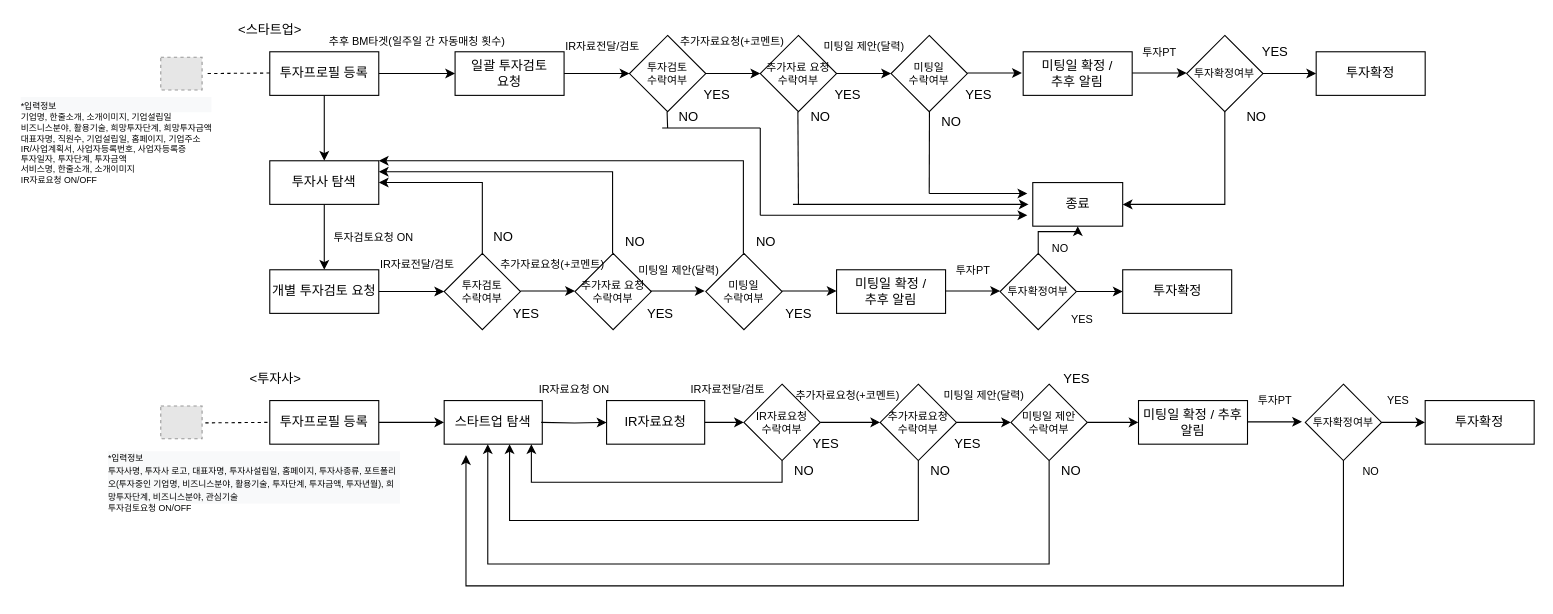
Lucidhomme/TIL keeps this draw.io diagram as 비즈니스나우(투자)_RESET버젼.drawio. Above is the earlier version. Source tidied: cells renumbered, new cells numbered last; positions are measured from the earlier drawing's top-left corner, leaving out a move shared by most shapes. Both pictures are drawn from the tidied source at 109%, with x=0, y=0 at pixel (19, 19). Pictures stored in the file or linked from it are replaced by grey dashed boxes.
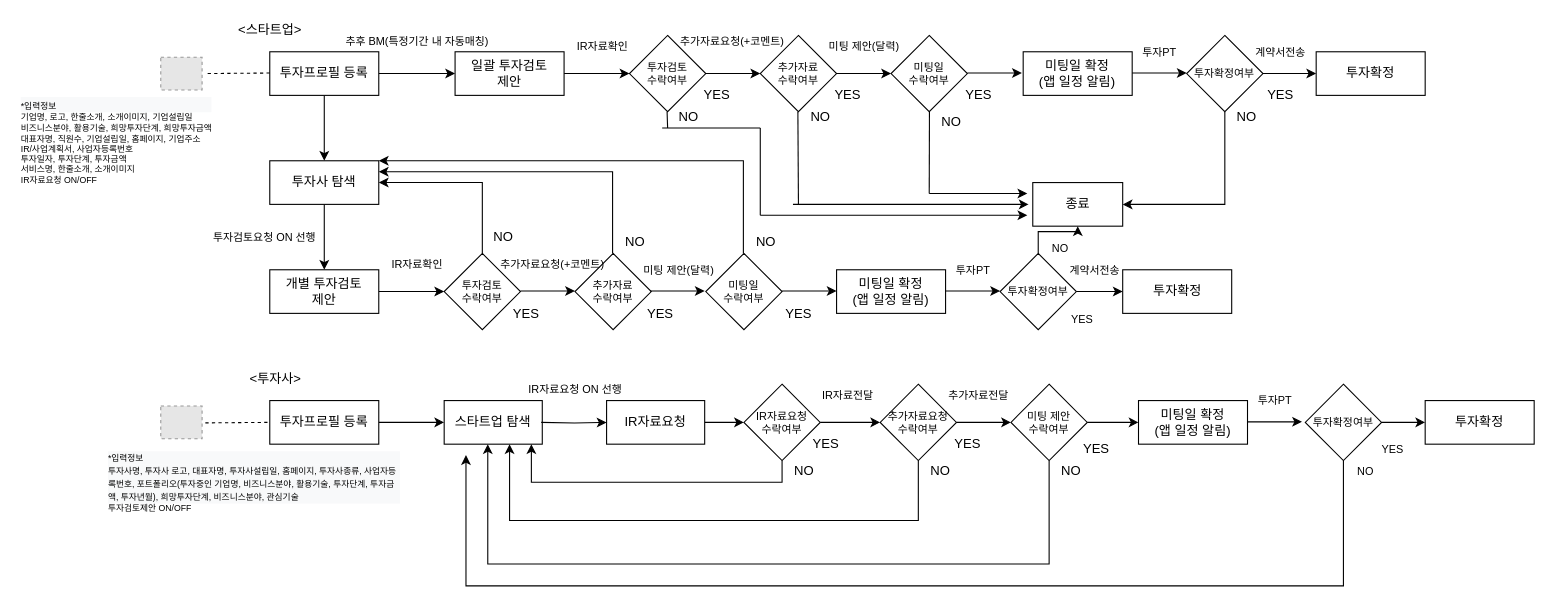
The same page after the edit.

Commit message:
Update 비즈니스나우(투자)_RESET버젼.drawio

The edit, as a diff of the source:
```diff
@@
-    <mxCell id="7" value="일괄 투자검토&lt;br&gt;요청" style="whiteSpace=wrap;html=1;rounded=0;" parent="1" vertex="1">
+    <mxCell id="7" value="일괄 투자검토&lt;br&gt;제안" style="whiteSpace=wrap;html=1;rounded=0;" parent="1" vertex="1">
       <mxGeometry x="400" y="30" width="100" height="40" as="geometry" />
     </mxCell>
@@
-    <mxCell id="13" value="추가자료 요청 수락여부" style="rhombus;whiteSpace=wrap;html=1;rounded=0;fontSize=10;" parent="1" vertex="1">
+    <mxCell id="13" value="추가자료 &lt;br&gt;수락여부" style="rhombus;whiteSpace=wrap;html=1;rounded=0;fontSize=10;" parent="1" vertex="1">
       <mxGeometry x="680" y="15" width="70" height="70" as="geometry" />
     </mxCell>
@@
-    <mxCell id="22" value="개별 투자검토 요청" style="whiteSpace=wrap;html=1;rounded=0;" parent="1" vertex="1">
+    <mxCell id="22" value="개별 투자검토 &lt;br&gt;제안" style="whiteSpace=wrap;html=1;rounded=0;" parent="1" vertex="1">
       <mxGeometry x="230" y="230" width="100" height="40" as="geometry" />
     </mxCell>
@@
-    <mxCell id="27" value="IR자료전달/검토" style="text;html=1;align=center;verticalAlign=middle;fillColor=none;strokeColor=none;rounded=0;fontSize=10;" parent="1" vertex="1">
-      <mxGeometry x="490" y="15" width="90" height="20" as="geometry" />
+    <mxCell id="27" value="IR자료확인" style="text;html=1;align=center;verticalAlign=middle;fillColor=none;strokeColor=none;rounded=0;fontSize=10;" parent="1" vertex="1">
+      <mxGeometry x="500" y="15" width="70" height="20" as="geometry" />
     </mxCell>
@@
-    <mxCell id="30" value="추가자료 요청 수락여부" style="rhombus;whiteSpace=wrap;html=1;rounded=0;fontSize=10;" parent="1" vertex="1">
+    <mxCell id="30" value="추가자료 &lt;br&gt;수락여부" style="rhombus;whiteSpace=wrap;html=1;rounded=0;fontSize=10;" parent="1" vertex="1">
       <mxGeometry x="510" y="215" width="70" height="70" as="geometry" />
     </mxCell>
@@
-    <mxCell id="35" value="미팅일 확정 / 추후 알림" style="rounded=0;whiteSpace=wrap;html=1;" parent="1" vertex="1">
+    <mxCell id="35" value="미팅일 확정&lt;br&gt;(앱 일정 알림)" style="rounded=0;whiteSpace=wrap;html=1;" parent="1" vertex="1">
       <mxGeometry x="1027" y="350" width="100" height="40" as="geometry" />
     </mxCell>
-    <mxCell id="36" value="IR자료전달/검토" style="text;html=1;align=center;verticalAlign=middle;fillColor=none;strokeColor=none;rounded=0;fontSize=10;" parent="1" vertex="1">
-      <mxGeometry x="320" y="215" width="90" height="20" as="geometry" />
+    <mxCell id="36" value="IR자료확인" style="text;html=1;align=center;verticalAlign=middle;fillColor=none;strokeColor=none;rounded=0;fontSize=10;" parent="1" vertex="1">
+      <mxGeometry x="330" y="215" width="70" height="20" as="geometry" />
     </mxCell>
@@
-    <mxCell id="45" value="미팅일 확정 /&lt;br&gt;추후 알림" style="rounded=0;whiteSpace=wrap;html=1;" parent="1" vertex="1">
+    <mxCell id="45" value="미팅일 확정&lt;br&gt;(앱 일정 알림)" style="rounded=0;whiteSpace=wrap;html=1;" parent="1" vertex="1">
       <mxGeometry x="921.2" y="30" width="100" height="40" as="geometry" />
     </mxCell>
-    <mxCell id="46" value="미팅일 제안(달력)" style="text;html=1;align=center;verticalAlign=middle;fillColor=none;strokeColor=none;rounded=0;fontSize=10;" parent="1" vertex="1">
+    <mxCell id="46" value="미팅 제안(달력)" style="text;html=1;align=center;verticalAlign=middle;fillColor=none;strokeColor=none;rounded=0;fontSize=10;" parent="1" vertex="1">
       <mxGeometry x="730" y="15" width="90" height="20" as="geometry" />
     </mxCell>
@@
-    <mxCell id="60" value="미팅일 확정 /&lt;br&gt;추후 알림" style="rounded=0;whiteSpace=wrap;html=1;" parent="1" vertex="1">
+    <mxCell id="60" value="미팅일 확정&lt;br&gt;(앱 일정 알림)" style="rounded=0;whiteSpace=wrap;html=1;" parent="1" vertex="1">
       <mxGeometry x="750" y="230" width="100" height="40" as="geometry" />
     </mxCell>
-    <mxCell id="61" value="추후 BM타겟(일주일 간 자동매칭 횟수)" style="text;html=1;align=center;verticalAlign=middle;fillColor=none;strokeColor=none;rounded=0;fontSize=10;" parent="1" vertex="1">
-      <mxGeometry x="270" y="10" width="190" height="20" as="geometry" />
+    <mxCell id="61" value="추후 BM(특정기간 내 자동매칭)" style="text;html=1;align=center;verticalAlign=middle;fillColor=none;strokeColor=none;rounded=0;fontSize=10;" parent="1" vertex="1">
+      <mxGeometry x="285" y="10" width="160" height="20" as="geometry" />
     </mxCell>
@@
-    <mxCell id="63" value="투자검토요청 ON" style="text;html=1;align=center;verticalAlign=middle;fillColor=none;strokeColor=none;rounded=0;fontSize=10;" parent="1" vertex="1">
-      <mxGeometry x="280" y="190" width="90" height="20" as="geometry" />
+    <mxCell id="63" value="투자검토요청 ON 선행" style="text;html=1;align=center;verticalAlign=middle;fillColor=none;strokeColor=none;rounded=0;fontSize=10;" parent="1" vertex="1">
+      <mxGeometry x="165" y="190" width="120" height="20" as="geometry" />
     </mxCell>
-    <mxCell id="64" value="IR자료요청 ON" style="text;html=1;align=center;verticalAlign=middle;fillColor=none;strokeColor=none;rounded=0;fontSize=10;" parent="1" vertex="1">
-      <mxGeometry x="468.8" y="330" width="80" height="20" as="geometry" />
+    <mxCell id="64" value="IR자료요청 ON 선행" style="text;html=1;align=center;verticalAlign=middle;fillColor=none;strokeColor=none;rounded=0;fontSize=10;" parent="1" vertex="1">
+      <mxGeometry x="455" y="330" width="110" height="20" as="geometry" />
     </mxCell>
@@
-    <mxCell id="73" value="미팅일 제안&lt;br&gt;수락여부" style="rhombus;whiteSpace=wrap;html=1;rounded=0;fontSize=10;" parent="1" vertex="1">
+    <mxCell id="73" value="미팅 제안&lt;br&gt;수락여부" style="rhombus;whiteSpace=wrap;html=1;rounded=0;fontSize=10;" parent="1" vertex="1">
       <mxGeometry x="910" y="335" width="70" height="70" as="geometry" />
     </mxCell>
@@
     <mxCell id="79" value="YES" style="text;html=1;align=center;verticalAlign=middle;fillColor=none;strokeColor=none;rounded=0;" parent="1" vertex="1">
-      <mxGeometry x="950" y="320" width="40" height="20" as="geometry" />
+      <mxGeometry x="967.5" y="385" width="40" height="20" as="geometry" />
     </mxCell>
@@
-    <mxCell id="84" value="&lt;div style=&quot;color: rgb(0 , 0 , 0) ; font-family: &amp;#34;helvetica&amp;#34; ; font-size: 12px ; font-style: normal ; font-weight: 400 ; letter-spacing: normal ; text-indent: 0px ; text-transform: none ; word-spacing: 0px ; background-color: rgb(248 , 249 , 250) ; text-align: left&quot;&gt;&lt;span style=&quot;font-size: 8px&quot;&gt;*입력정보&lt;/span&gt;&lt;/div&gt;&lt;font style=&quot;color: rgb(0 , 0 , 0) ; font-family: &amp;#34;helvetica&amp;#34; ; font-style: normal ; font-weight: 400 ; letter-spacing: normal ; text-align: center ; text-indent: 0px ; text-transform: none ; word-spacing: 0px ; background-color: rgb(248 , 249 , 250) ; font-size: 8px&quot;&gt;&lt;div style=&quot;text-align: left&quot;&gt;&lt;span&gt;기업명, 한줄소개, 소개이미지, 기업설립일&lt;/span&gt;&lt;/div&gt;&lt;div style=&quot;text-align: left&quot;&gt;&lt;span&gt;비즈니스분야, 활용기술, 희망투자단계, 희망투자금액&lt;/span&gt;&lt;/div&gt;&lt;div style=&quot;text-align: left&quot;&gt;&lt;span&gt;대표자명, 직원수, 기업설립일, 홈페이지, 기업주소&lt;/span&gt;&lt;/div&gt;&lt;div style=&quot;text-align: left&quot;&gt;&lt;span&gt;IR/사업계획서, 사업자등록번호, 사업자등록증&lt;/span&gt;&lt;/div&gt;&lt;div style=&quot;text-align: left&quot;&gt;투자일자, 투자단계, 투자금액&lt;/div&gt;&lt;div style=&quot;text-align: left&quot;&gt;&lt;span&gt;서비스명, 한줄소개, 소개이미지&amp;nbsp;&lt;/span&gt;&lt;/div&gt;&lt;div style=&quot;text-align: left&quot;&gt;IR자료요청 ON/OFF&lt;/div&gt;&lt;/font&gt;" style="text;whiteSpace=wrap;html=1;fontSize=10;" parent="1" vertex="1">
+    <mxCell id="84" value="&lt;div style=&quot;color: rgb(0 , 0 , 0) ; font-family: &amp;#34;helvetica&amp;#34; ; font-size: 12px ; font-style: normal ; font-weight: 400 ; letter-spacing: normal ; text-indent: 0px ; text-transform: none ; word-spacing: 0px ; background-color: rgb(248 , 249 , 250) ; text-align: left&quot;&gt;&lt;span style=&quot;font-size: 8px&quot;&gt;*입력정보&lt;/span&gt;&lt;/div&gt;&lt;font style=&quot;color: rgb(0 , 0 , 0) ; font-family: &amp;#34;helvetica&amp;#34; ; font-style: normal ; font-weight: 400 ; letter-spacing: normal ; text-align: center ; text-indent: 0px ; text-transform: none ; word-spacing: 0px ; background-color: rgb(248 , 249 , 250) ; font-size: 8px&quot;&gt;&lt;div style=&quot;text-align: left&quot;&gt;&lt;span&gt;기업명, 로고, 한줄소개, 소개이미지, 기업설립일&lt;/span&gt;&lt;/div&gt;&lt;div style=&quot;text-align: left&quot;&gt;&lt;span&gt;비즈니스분야, 활용기술, 희망투자단계, 희망투자금액&lt;/span&gt;&lt;/div&gt;&lt;div style=&quot;text-align: left&quot;&gt;&lt;span&gt;대표자명, 직원수, 기업설립일, 홈페이지, 기업주소&lt;/span&gt;&lt;/div&gt;&lt;div style=&quot;text-align: left&quot;&gt;&lt;span&gt;IR/사업계획서, 사업자등록번호&lt;/span&gt;&lt;/div&gt;&lt;div style=&quot;text-align: left&quot;&gt;투자일자, 투자단계, 투자금액&lt;/div&gt;&lt;div style=&quot;text-align: left&quot;&gt;&lt;span&gt;서비스명, 한줄소개, 소개이미지&amp;nbsp;&lt;/span&gt;&lt;/div&gt;&lt;div style=&quot;text-align: left&quot;&gt;IR자료요청 ON/OFF&lt;/div&gt;&lt;/font&gt;" style="text;whiteSpace=wrap;html=1;fontSize=10;" parent="1" vertex="1">
       <mxGeometry y="65" width="270" height="100" as="geometry" />
     </mxCell>
-    <mxCell id="85" value="&lt;div style=&quot;color: rgb(0 , 0 , 0) ; font-family: &amp;#34;helvetica&amp;#34; ; font-style: normal ; font-weight: 400 ; letter-spacing: normal ; text-indent: 0px ; text-transform: none ; word-spacing: 0px ; background-color: rgb(248 , 249 , 250) ; text-align: left&quot;&gt;&lt;span style=&quot;font-size: 8px&quot;&gt;*입력정보&lt;/span&gt;&lt;/div&gt;&lt;div style=&quot;text-indent: 0px ; background-color: rgb(248 , 249 , 250) ; text-align: left&quot;&gt;&lt;font face=&quot;helvetica&quot;&gt;&lt;span style=&quot;font-size: 8px&quot;&gt;투자사명, 투자사 로고, 대표자명, 투자사설립일, 홈페이지, 투자사종류, 포트폴리오(투자중인 기업명, 비즈니스분야, 활용기술, 투자단계, 투자금액, 투자년월), 희망투자단계, 비즈니스분야, 관심기술&lt;/span&gt;&lt;/font&gt;&lt;br&gt;&lt;/div&gt;&lt;font style=&quot;color: rgb(0 , 0 , 0) ; font-family: &amp;#34;helvetica&amp;#34; ; font-style: normal ; font-weight: 400 ; letter-spacing: normal ; text-align: center ; text-indent: 0px ; text-transform: none ; word-spacing: 0px ; background-color: rgb(248 , 249 , 250) ; font-size: 8px&quot;&gt;&lt;div style=&quot;text-align: left&quot;&gt;투자검토요청 ON/OFF&lt;/div&gt;&lt;/font&gt;" style="text;whiteSpace=wrap;html=1;fontSize=10;" parent="1" vertex="1">
+    <mxCell id="85" value="&lt;div style=&quot;color: rgb(0 , 0 , 0) ; font-family: &amp;#34;helvetica&amp;#34; ; font-style: normal ; font-weight: 400 ; letter-spacing: normal ; text-indent: 0px ; text-transform: none ; word-spacing: 0px ; background-color: rgb(248 , 249 , 250) ; text-align: left&quot;&gt;&lt;span style=&quot;font-size: 8px&quot;&gt;*입력정보&lt;/span&gt;&lt;/div&gt;&lt;div style=&quot;text-indent: 0px ; background-color: rgb(248 , 249 , 250) ; text-align: left&quot;&gt;&lt;font face=&quot;helvetica&quot;&gt;&lt;span style=&quot;font-size: 8px&quot;&gt;투자사명, 투자사 로고, 대표자명, 투자사설립일, 홈페이지, 투자사종류, 사업자등록번호, 포트폴리오(투자중인 기업명, 비즈니스분야, 활용기술, 투자단계, 투자금액, 투자년월), 희망투자단계, 비즈니스분야, 관심기술&lt;/span&gt;&lt;/font&gt;&lt;br&gt;&lt;/div&gt;&lt;font style=&quot;color: rgb(0 , 0 , 0) ; font-family: &amp;#34;helvetica&amp;#34; ; font-style: normal ; font-weight: 400 ; letter-spacing: normal ; text-align: center ; text-indent: 0px ; text-transform: none ; word-spacing: 0px ; background-color: rgb(248 , 249 , 250) ; font-size: 8px&quot;&gt;&lt;div style=&quot;text-align: left&quot;&gt;투자검토제안 ON/OFF&lt;/div&gt;&lt;/font&gt;" style="text;whiteSpace=wrap;html=1;fontSize=10;" parent="1" vertex="1">
       <mxGeometry x="80" y="390" width="270" height="100" as="geometry" />
     </mxCell>
-    <mxCell id="86" value="미팅일 제안(달력)" style="text;html=1;align=center;verticalAlign=middle;fillColor=none;strokeColor=none;rounded=0;fontSize=10;" parent="1" vertex="1">
+    <mxCell id="86" value="미팅 제안(달력)" style="text;html=1;align=center;verticalAlign=middle;fillColor=none;strokeColor=none;rounded=0;fontSize=10;" parent="1" vertex="1">
       <mxGeometry x="560" y="220" width="90" height="20" as="geometry" />
     </mxCell>
@@
-    <mxCell id="88" value="미팅일 제안(달력)" style="text;html=1;align=center;verticalAlign=middle;fillColor=none;strokeColor=none;rounded=0;fontSize=10;" parent="1" vertex="1">
-      <mxGeometry x="840" y="335" width="90" height="20" as="geometry" />
-    </mxCell>
-    <mxCell id="89" value="추가자료요청(+코멘트)" style="text;html=1;align=center;verticalAlign=middle;fillColor=none;strokeColor=none;rounded=0;fontSize=10;" parent="1" vertex="1">
-      <mxGeometry x="700" y="335" width="120" height="20" as="geometry" />
+    <mxCell id="89" value="IR자료전달" style="text;html=1;align=center;verticalAlign=middle;fillColor=none;strokeColor=none;rounded=0;fontSize=10;" parent="1" vertex="1">
+      <mxGeometry x="725" y="335" width="70" height="20" as="geometry" />
     </mxCell>
-    <mxCell id="90" value="IR자료전달/검토" style="text;html=1;align=center;verticalAlign=middle;fillColor=none;strokeColor=none;rounded=0;fontSize=10;" parent="1" vertex="1">
-      <mxGeometry x="605" y="330" width="90" height="20" as="geometry" />
-    </mxCell>
@@
     <mxCell id="103" value="YES" style="text;html=1;align=center;verticalAlign=middle;fillColor=none;strokeColor=none;rounded=0;" parent="1" vertex="1">
-      <mxGeometry x="1132" y="20" width="40" height="20" as="geometry" />
+      <mxGeometry x="1137" y="60" width="40" height="20" as="geometry" />
     </mxCell>
     <mxCell id="104" value="NO" style="text;html=1;align=center;verticalAlign=middle;fillColor=none;strokeColor=none;rounded=0;" parent="1" vertex="1">
-      <mxGeometry x="1120" y="80" width="30" height="20" as="geometry" />
+      <mxGeometry x="1111.2" y="80" width="30" height="20" as="geometry" />
     </mxCell>
@@
     <mxCell id="113" value="YES" style="text;html=1;align=center;verticalAlign=middle;fillColor=none;strokeColor=none;rounded=0;fontSize=10;" parent="1" vertex="1">
-      <mxGeometry x="1245" y="340" width="40" height="20" as="geometry" />
+      <mxGeometry x="1240" y="385" width="40" height="20" as="geometry" />
     </mxCell>
     <mxCell id="114" value="NO" style="text;html=1;align=center;verticalAlign=middle;fillColor=none;strokeColor=none;rounded=0;fontSize=10;" parent="1" vertex="1">
-      <mxGeometry x="1225" y="405" width="30" height="20" as="geometry" />
+      <mxGeometry x="1220" y="405" width="30" height="20" as="geometry" />
     </mxCell>
+    <mxCell id="115" value="계약서전송" style="text;html=1;align=center;verticalAlign=middle;fillColor=none;strokeColor=none;rounded=0;fontSize=10;" parent="1" vertex="1">
+      <mxGeometry x="1122" y="20" width="70" height="20" as="geometry" />
+    </mxCell>
+    <mxCell id="116" value="계약서전송&amp;nbsp;" style="text;html=1;align=center;verticalAlign=middle;fillColor=none;strokeColor=none;rounded=0;fontSize=10;" parent="1" vertex="1">
+      <mxGeometry x="952.5" y="220" width="70" height="20" as="geometry" />
+    </mxCell>
+    <mxCell id="117" value="추가자료전달" style="text;html=1;align=center;verticalAlign=middle;fillColor=none;strokeColor=none;rounded=0;fontSize=10;" parent="1" vertex="1">
+      <mxGeometry x="840" y="335" width="80" height="20" as="geometry" />
+    </mxCell>
```
